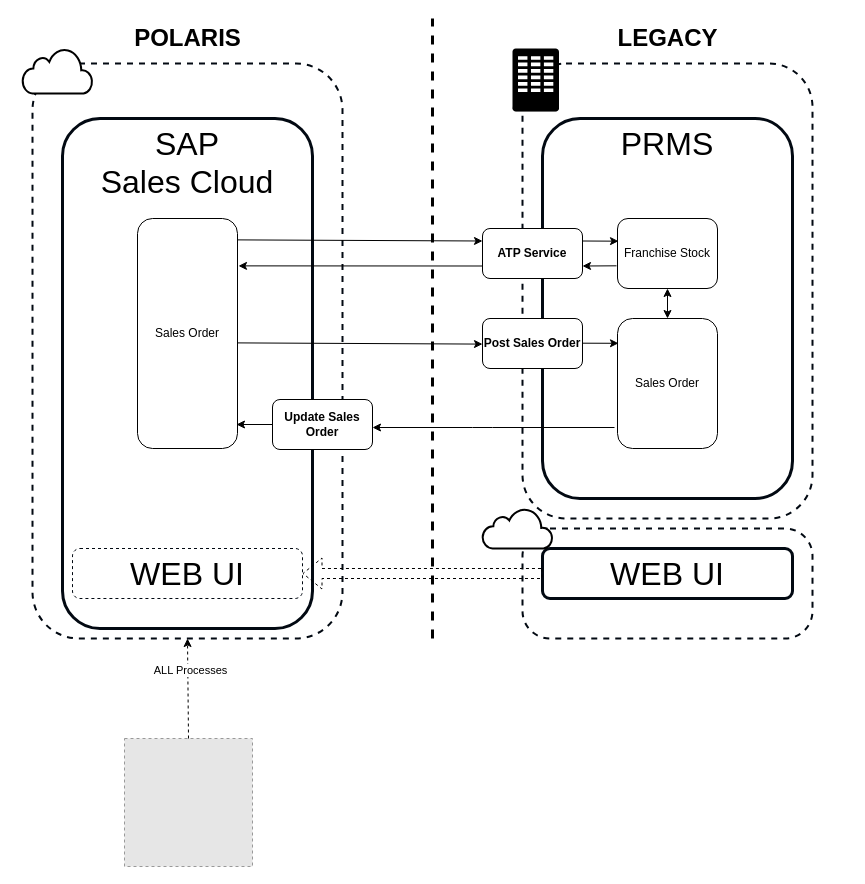
Above: page "Option 3b - Web PRMS" (6 of 6) of Franchise.drawio in mrf742002/Diagrams (draw.io), before the change. Source tidied: cells renumbered, new cells numbered last; positions are measured from the earlier drawing's top-left corner, leaving out a move shared by most shapes. Both pictures are drawn from the tidied source at 100%, with x=0, y=0 at pixel (22, 18). Pictures stored in the file or linked from it are replaced by grey dashed boxes.
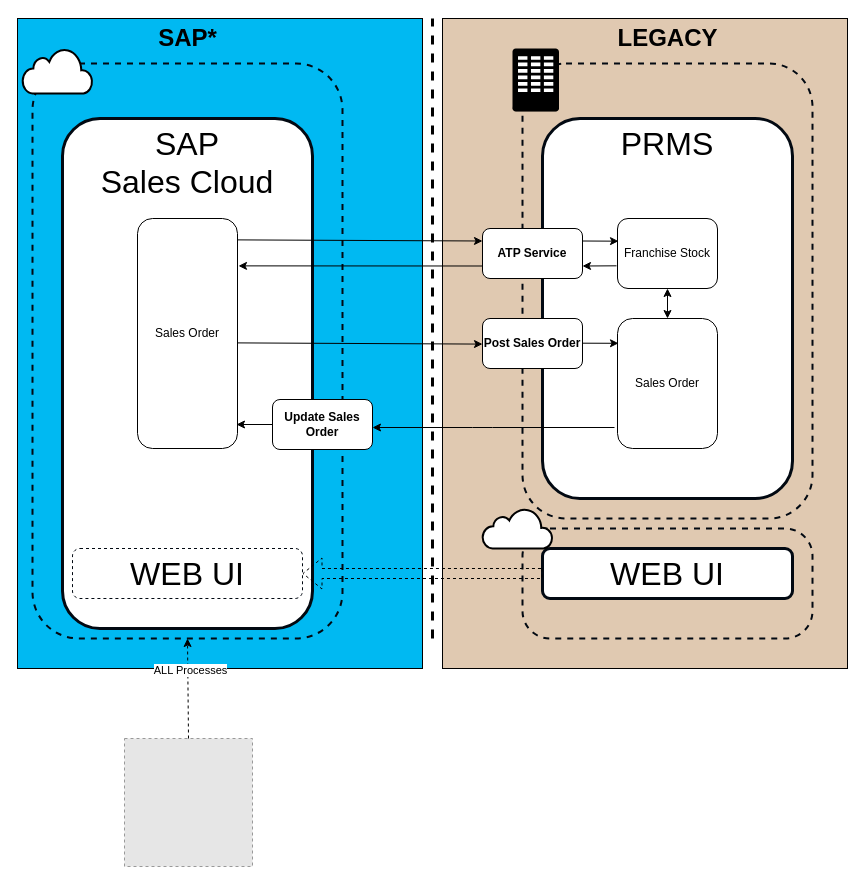
Above is the later version.

What changed in the source:
```diff
@@
+    <mxCell id="34" style="rounded=0;whiteSpace=wrap;html=1;fillColor=#E0C9B1;" parent="1" vertex="1">
+      <mxGeometry x="420" width="405" height="650" as="geometry" />
+    </mxCell>
+    <mxCell id="35" style="rounded=0;whiteSpace=wrap;html=1;fillColor=#00B9F2;" parent="1" vertex="1">
+      <mxGeometry x="-5" width="405" height="650" as="geometry" />
+    </mxCell>
@@
-    <mxCell id="23" value="&lt;font style=&quot;font-size: 24px&quot;&gt;POLARIS&lt;/font&gt;" style="text;html=1;align=center;verticalAlign=middle;strokeColor=none;fontStyle=1;" parent="1" vertex="1">
-      <mxGeometry x="105" y="10" width="120" height="20" as="geometry" />
+    <mxCell id="23" value="&lt;font style=&quot;font-size: 24px&quot;&gt;SAP*&lt;/font&gt;" style="text;html=1;align=center;verticalAlign=middle;strokeColor=none;fontStyle=1;" parent="1" vertex="1">
+      <mxGeometry x="130" y="10" width="70" height="20" as="geometry" />
     </mxCell>
```
